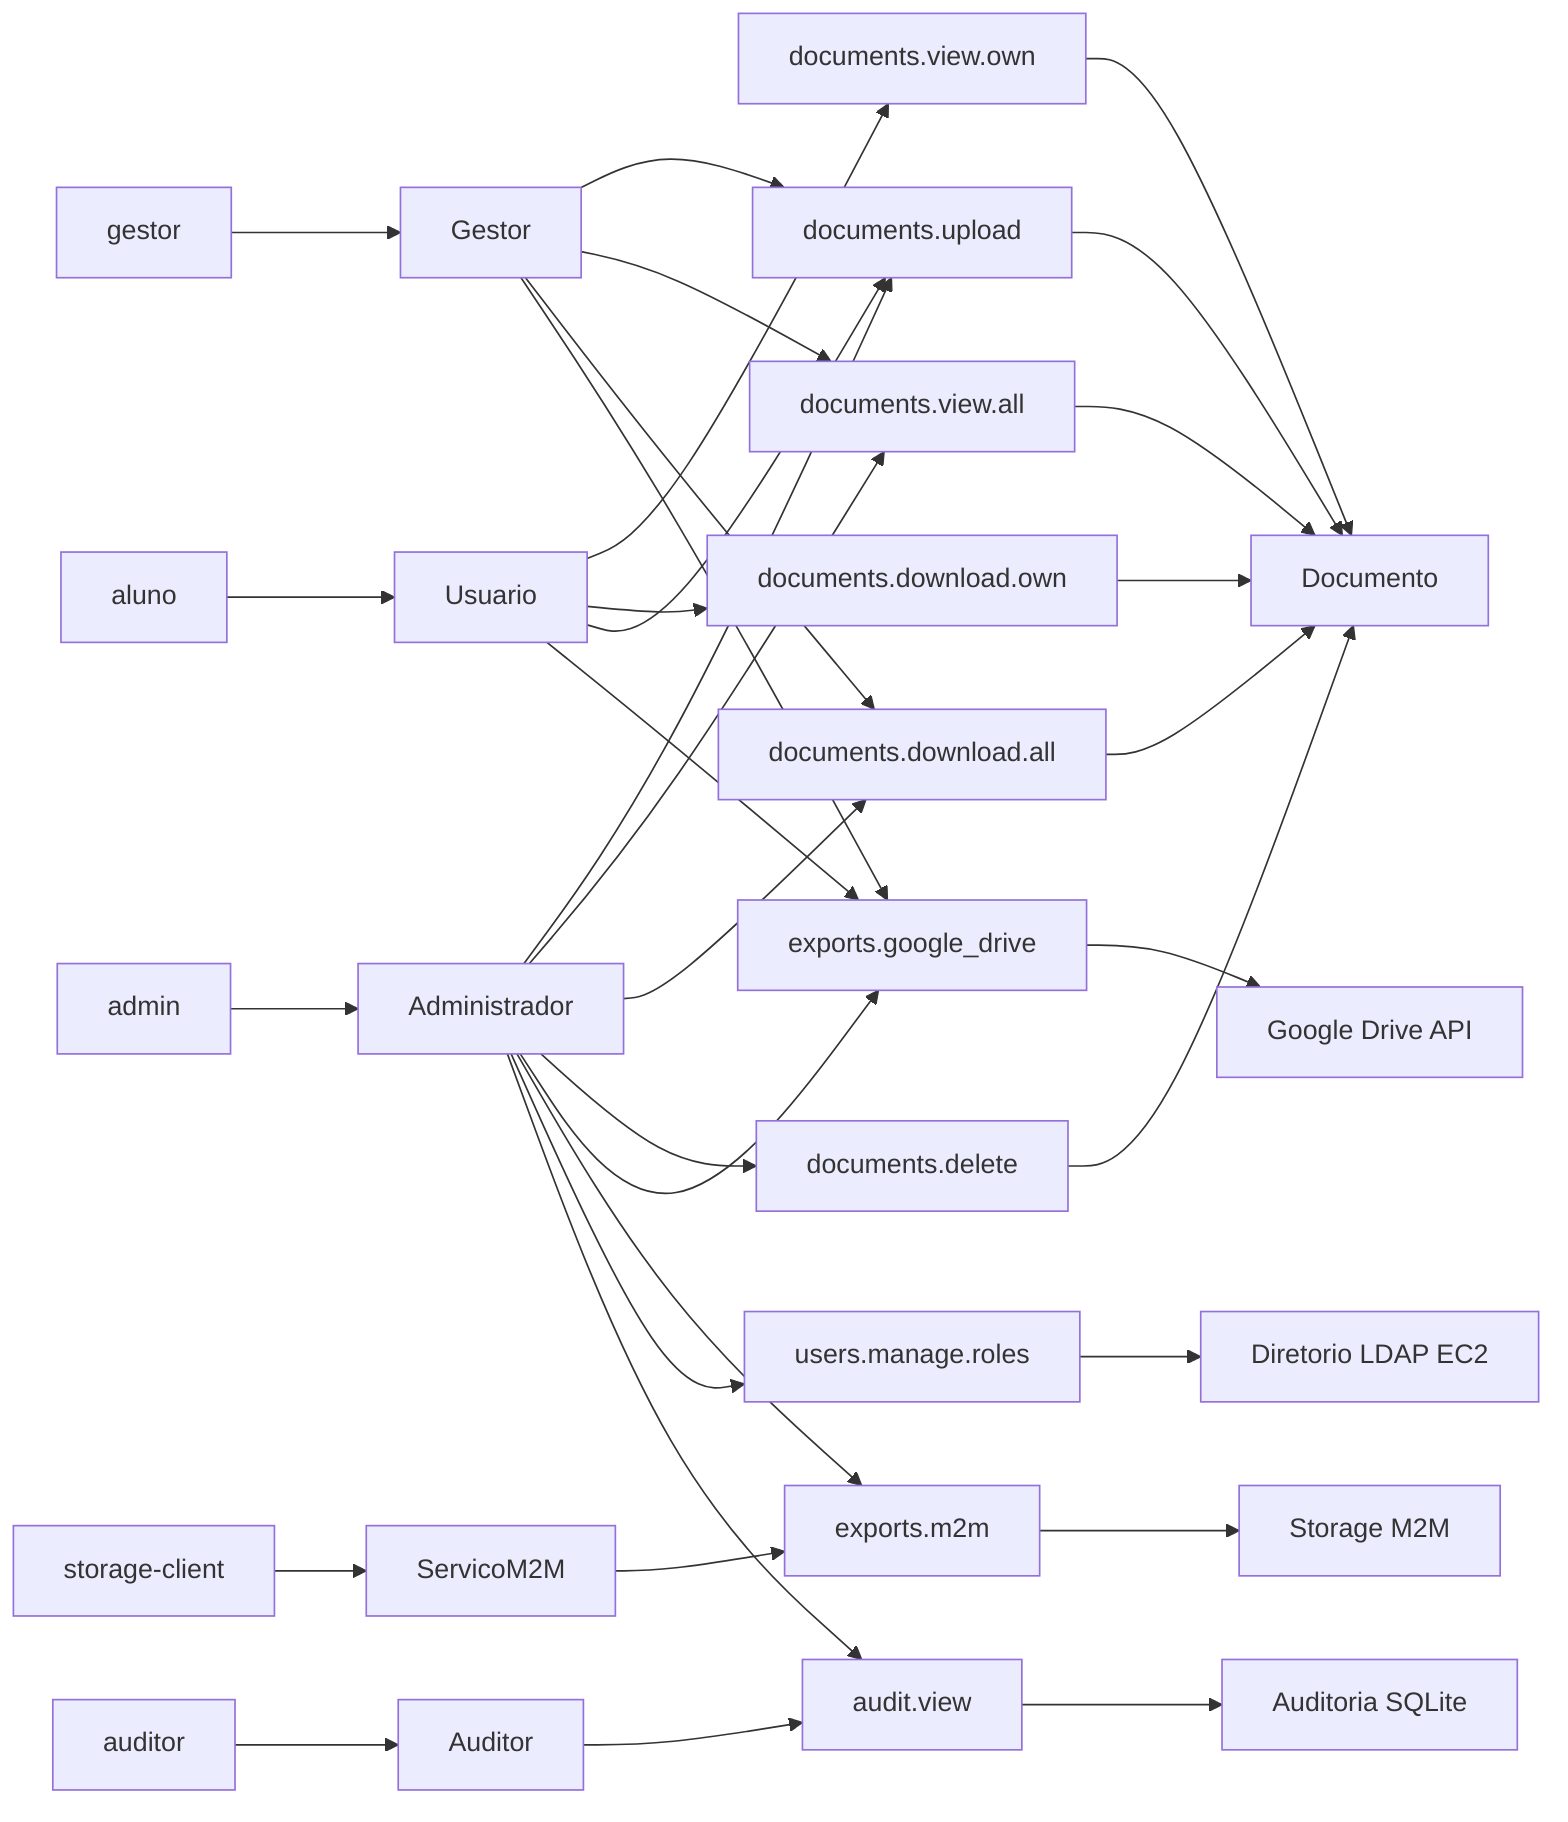
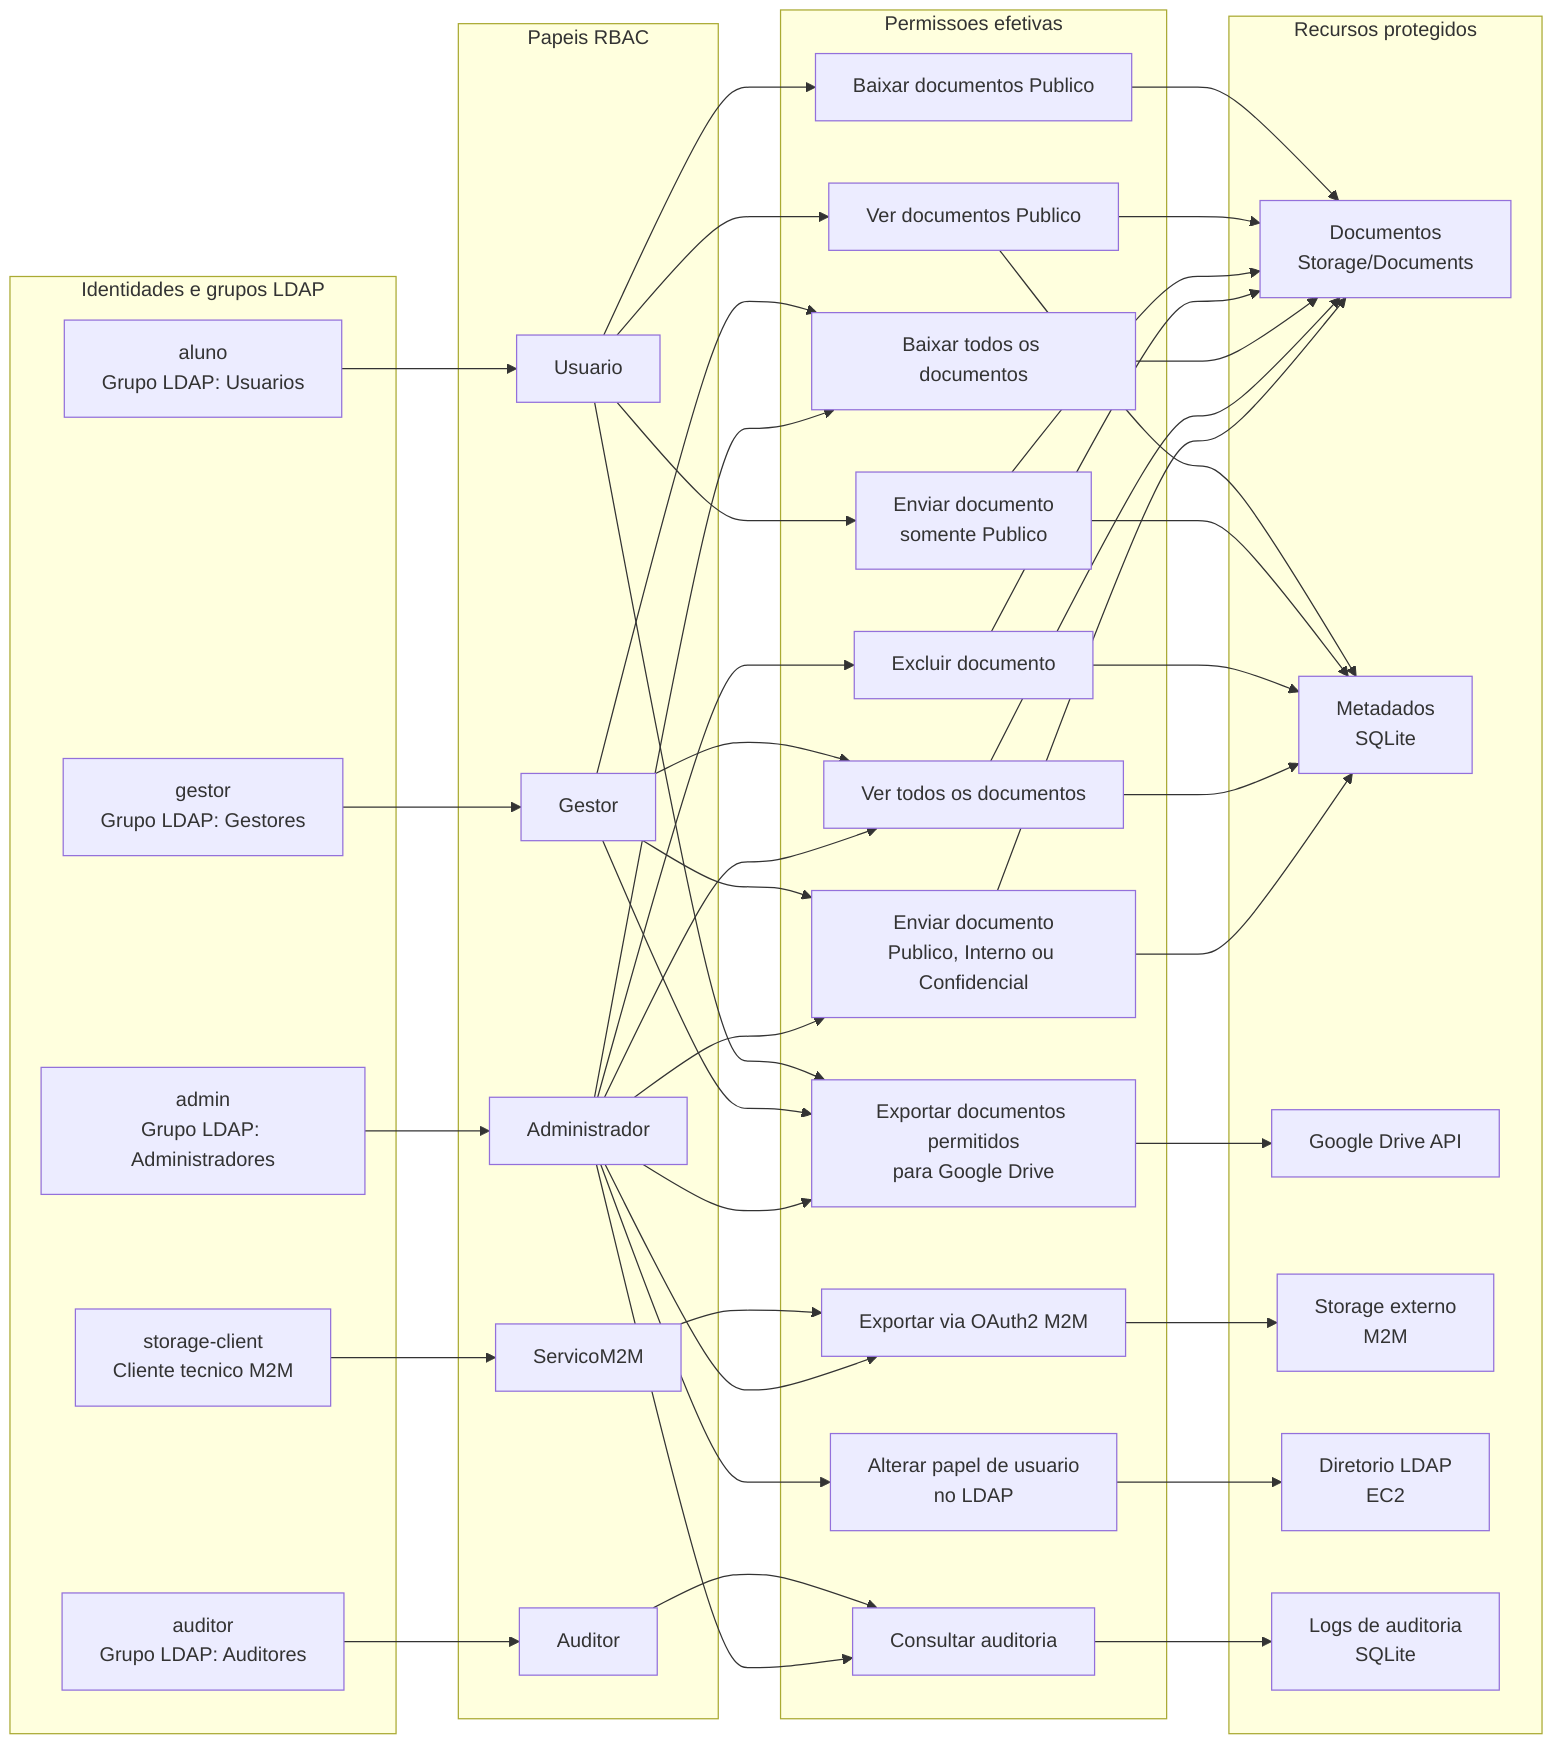
flowchart LR
-     U1["admin"] --> R1["Administrador"]
-     U2["gestor"] --> R2["Gestor"]
-     U3["aluno"] --> R3["Usuario"]
-     U4["auditor"] --> R4["Auditor"]
-     C1["storage-client"] --> R5["ServicoM2M"]
+     subgraph Atores["Identidades e grupos LDAP"]
+         U1["admin\nGrupo LDAP: Administradores"]
+         U2["gestor\nGrupo LDAP: Gestores"]
+         U3["aluno\nGrupo LDAP: Usuarios"]
+         U4["auditor\nGrupo LDAP: Auditores"]
+         C1["storage-client\nCliente tecnico M2M"]
+     end

-     R1 --> P1["documents.upload"]
-     R1 --> P2["documents.view.all"]
-     R1 --> P3["documents.download.all"]
-     R1 --> P4["documents.delete"]
-     R1 --> P5["exports.google_drive"]
-     R1 --> P6["exports.m2m"]
-     R1 --> P7["users.manage.roles"]
-     R1 --> P8["audit.view"]
+     subgraph Papeis["Papeis RBAC"]
+         R1["Administrador"]
+         R2["Gestor"]
+         R3["Usuario"]
+         R4["Auditor"]
+         R5["ServicoM2M"]
+     end
+ 
+     subgraph Permissoes["Permissoes efetivas"]
+         P1["Enviar documento\nPublico, Interno ou Confidencial"]
+         P2["Ver todos os documentos"]
+         P3["Baixar todos os documentos"]
+         P4["Excluir documento"]
+         P5["Exportar documentos permitidos\npara Google Drive"]
+         P6["Exportar via OAuth2 M2M"]
+         P7["Alterar papel de usuario\nno LDAP"]
+         P8["Consultar auditoria"]
+         P9["Enviar documento\nsomente Publico"]
+         P10["Ver documentos Publico"]
+         P11["Baixar documentos Publico"]
+     end
+ 
+     subgraph Recursos["Recursos protegidos"]
+         D1["Documentos\nStorage/Documents"]
+         D2["Metadados\nSQLite"]
+         G1["Google Drive API"]
+         S1["Storage externo\nM2M"]
+         L1["Diretorio LDAP\nEC2"]
+         A1["Logs de auditoria\nSQLite"]
+     end
+ 
+     U1 --> R1
+     U2 --> R2
+     U3 --> R3
+     U4 --> R4
+     C1 --> R5
+ 
+     R1 --> P1
+     R1 --> P2
+     R1 --> P3
+     R1 --> P4
+     R1 --> P5
+     R1 --> P6
+     R1 --> P7
+     R1 --> P8

    R2 --> P1
    R2 --> P2
    R2 --> P3
    R2 --> P5

-     R3 --> P9["documents.view.own"]
-     R3 --> P10["documents.download.own"]
-     R3 --> P1
+     R3 --> P9
+     R3 --> P10
+     R3 --> P11
    R3 --> P5

    R4 --> P8
    R5 --> P6

-     P1 --> D1["Documento"]
+     P1 --> D1
+     P1 --> D2
+     P2 --> D2
    P2 --> D1
    P3 --> D1
    P4 --> D1
+     P4 --> D2
+     P5 --> G1
+     P6 --> S1
+     P7 --> L1
+     P8 --> A1
    P9 --> D1
+     P9 --> D2
+     P10 --> D2
    P10 --> D1
-     P5 --> E1["Google Drive API"]
-     P6 --> E2["Storage M2M"]
-     P7 --> G1["Diretorio LDAP EC2"]
-     P8 --> A1["Auditoria SQLite"]
+     P11 --> D1
